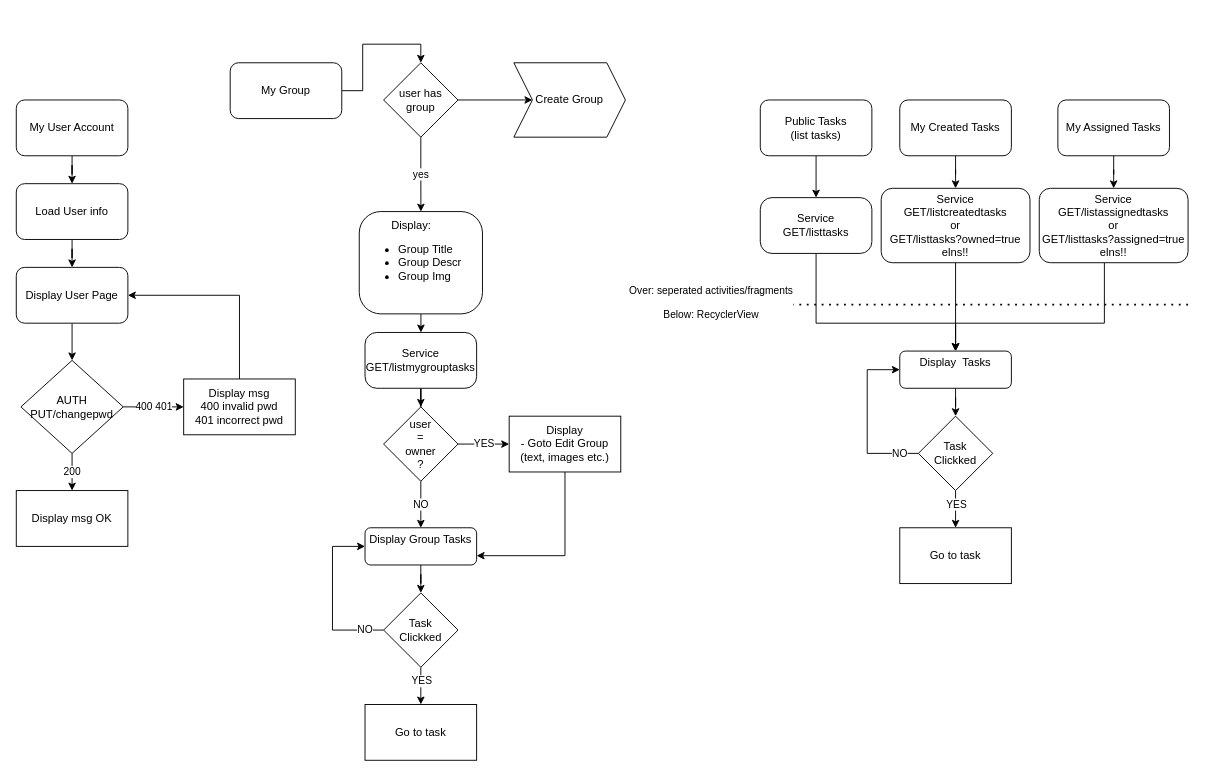
Above: page "Menu-MyUser" (2 of 6) of docs/Untitled Diagram.drawio in mobapp20g6/frivillig-server1 (draw.io), before the change. Source tidied: cells renumbered, new cells numbered last; positions are measured from the earlier drawing's top-left corner, leaving out a move shared by most shapes. Both pictures are drawn from the tidied source at 93%, with x=0, y=0 at pixel (16, 62).
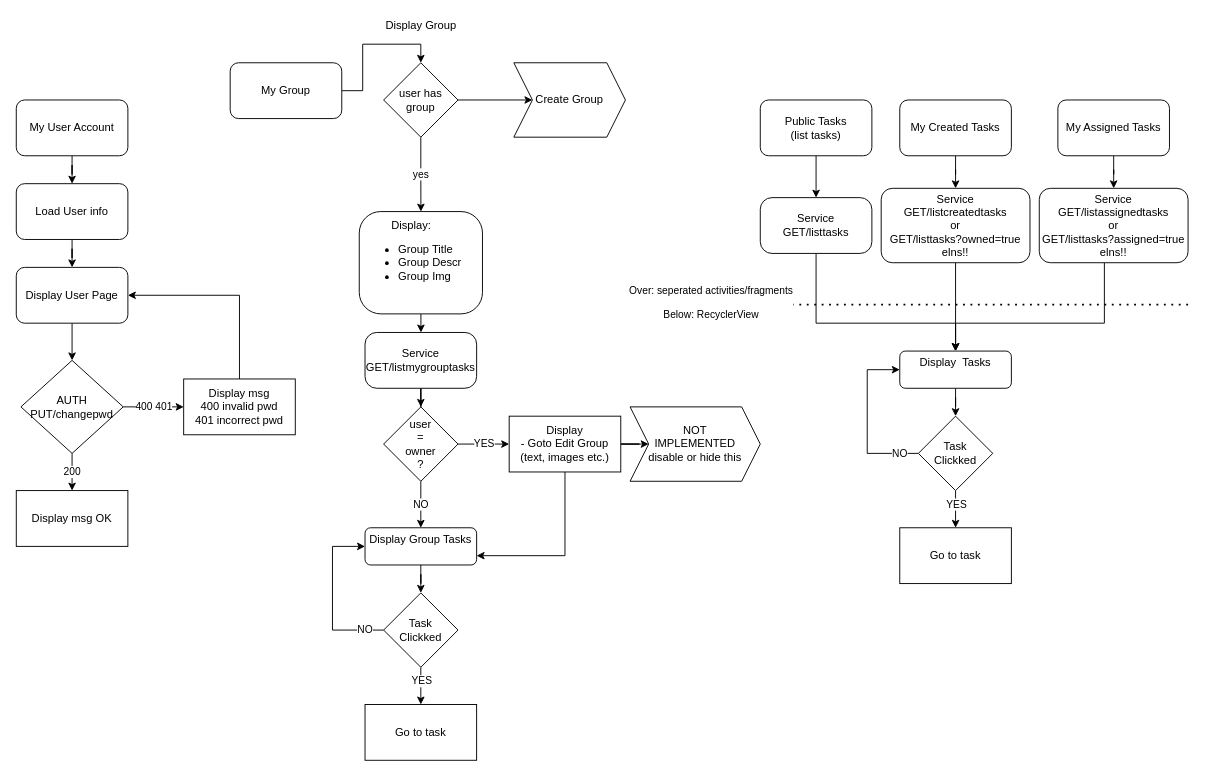
Above is the later version.

Unchanged cells that the change refers to:
```xml
<mxCell id="22" value="&lt;div&gt;Display&lt;/div&gt;&lt;div&gt;- Goto Edit Group&lt;br&gt;(text, images etc.)&lt;br&gt;&lt;/div&gt;" style="whiteSpace=wrap;html=1;strokeWidth=1;" parent="1" vertex="1">
  <mxGeometry x="530" y="380" width="120" height="60" as="geometry" />
</mxCell>
```

The edit, as a diff of the source:
```diff
@@
+    <mxCell id="57" style="edgeStyle=orthogonalEdgeStyle;rounded=0;jettySize=auto;html=1;" parent="1" edge="1" source="22" target="58">
+      <mxGeometry relative="1" as="geometry" />
+    </mxCell>
@@
+    <mxCell id="58" value="NOT&lt;br&gt;&lt;div&gt;IMPLEMENTED&lt;/div&gt;&lt;div&gt;disable or hide this&lt;br&gt;&lt;/div&gt;" style="shape=step;perimeter=stepPerimeter;whiteSpace=wrap;html=1;fixedSize=1;strokeWidth=1;" parent="1" vertex="1">
+      <mxGeometry x="660" y="370" width="140" height="80" as="geometry" />
+    </mxCell>
+    <mxCell id="59" value="Display Group" style="text;html=1;strokeColor=none;fillColor=none;align=center;verticalAlign=middle;whiteSpace=wrap;rounded=0;" parent="1" vertex="1">
+      <mxGeometry x="382.5" y="-50" width="105" height="20" as="geometry" />
+    </mxCell>
```
